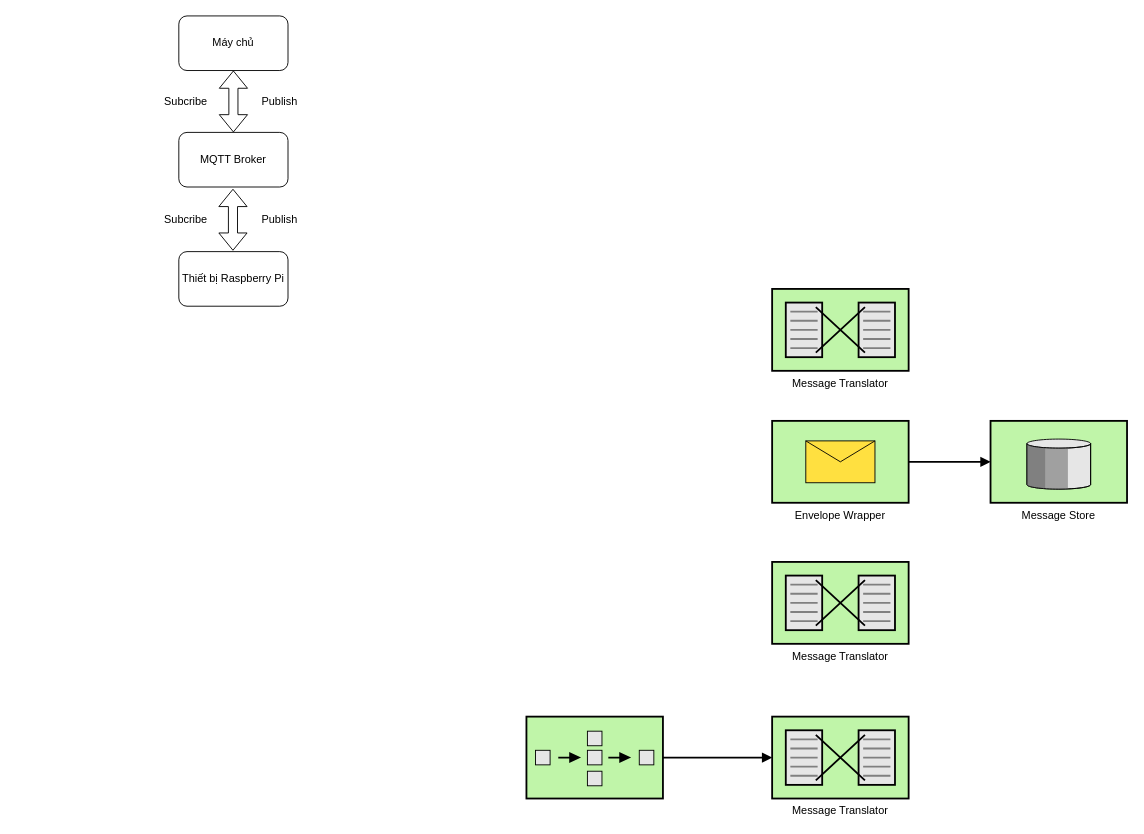
This is Biểu đồ không có tiêu đề.drawio from diemzero1/drawio, a draw.io file, before an edit. Source tidied: cells renumbered, new cells numbered last; positions are measured from the earlier drawing's top-left corner, leaving out a move shared by most shapes. Both pictures are drawn from the tidied source at 91%, with x=0, y=0 at pixel (158, 15).
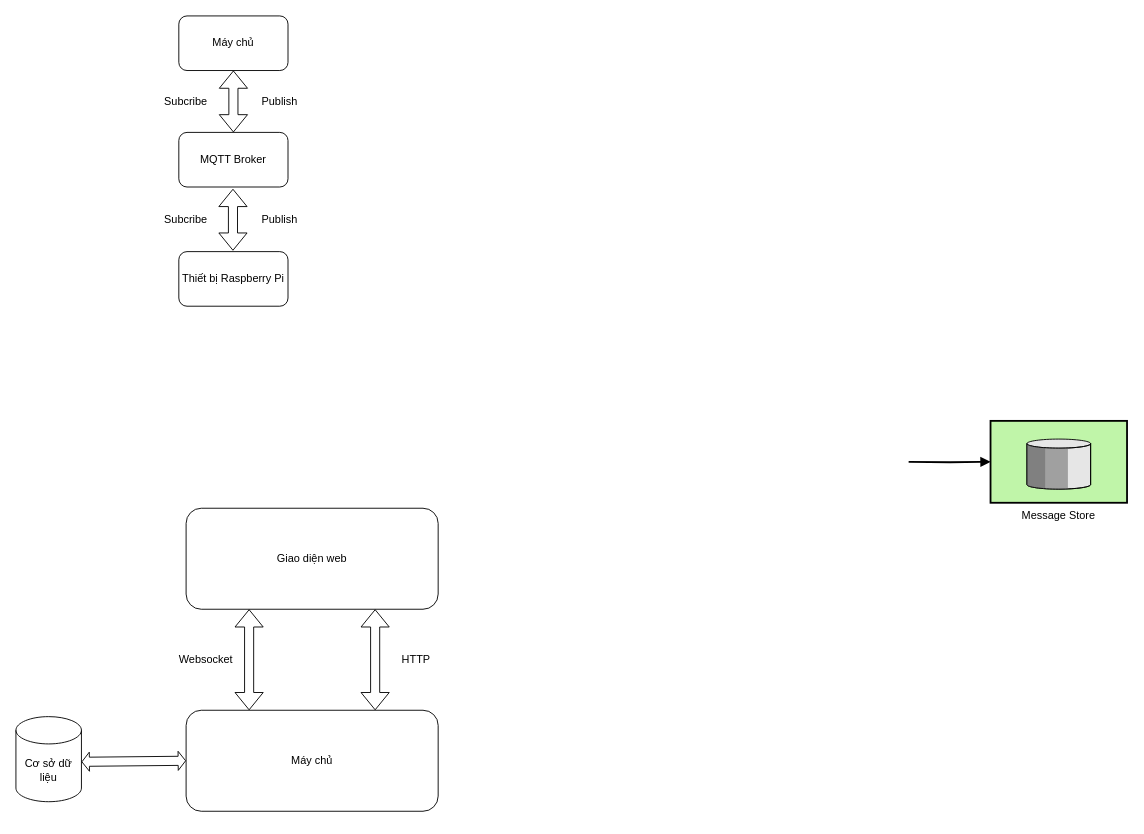
The same diagram, later.

The change refers to these unchanged cells:
```xml
<mxCell id="8" value="Message Store" style="strokeWidth=2;dashed=0;align=center;fontSize=12;verticalLabelPosition=bottom;verticalAlign=top;shape=mxgraph.eip.message_store;fillColor=#c0f5a9;" parent="1" vertex="1">
  <mxGeometry x="914" y="445" width="150" height="90" as="geometry" />
</mxCell>
```

What changed in the source:
```diff
@@
-    <mxCell id="2" value="Message Translator" style="strokeWidth=2;dashed=0;align=center;fontSize=12;shape=mxgraph.eip.message_translator;fillColor=#c0f5a9;verticalLabelPosition=bottom;verticalAlign=top;" parent="1" vertex="1">
-      <mxGeometry x="674" y="300" width="150" height="90" as="geometry" />
-    </mxCell>
-    <mxCell id="3" value="Message Translator" style="strokeWidth=2;dashed=0;align=center;fontSize=12;shape=mxgraph.eip.message_translator;fillColor=#c0f5a9;verticalLabelPosition=bottom;verticalAlign=top;" parent="1" vertex="1">
-      <mxGeometry x="674" y="600" width="150" height="90" as="geometry" />
-    </mxCell>
-    <mxCell id="4" style="edgeStyle=orthogonalEdgeStyle;rounded=0;html=1;endArrow=block;endFill=1;jettySize=auto;strokeWidth=2;startArrow=none;startFill=0;" parent="1" edge="1" source="5" target="8">
-      <mxGeometry relative="1" as="geometry" />
+    <mxCell id="4" style="edgeStyle=orthogonalEdgeStyle;rounded=0;html=1;endArrow=block;endFill=1;jettySize=auto;strokeWidth=2;startArrow=none;startFill=0;" parent="1" edge="1" target="8">
+      <mxGeometry relative="1" as="geometry">
+        <mxPoint x="824" y="490" as="sourcePoint" />
+      </mxGeometry>
     </mxCell>
-    <mxCell id="5" value="Envelope Wrapper" style="strokeWidth=2;dashed=0;align=center;fontSize=12;fillColor=#c0f5a9;verticalLabelPosition=bottom;verticalAlign=top;shape=mxgraph.eip.envelope_wrapper;" parent="1" vertex="1">
-      <mxGeometry x="674" y="445" width="150" height="90" as="geometry" />
-    </mxCell>
-    <mxCell id="6" style="edgeStyle=orthogonalEdgeStyle;rounded=0;html=1;endArrow=block;endFill=1;jettySize=auto;strokeWidth=2;startArrow=none;startFill=0;" parent="1" edge="1" source="7" target="9">
-      <mxGeometry relative="1" as="geometry" />
-    </mxCell>
-    <mxCell id="7" style="strokeWidth=2;dashed=0;align=center;fontSize=12;fillColor=#c0f5a9;verticalLabelPosition=bottom;verticalAlign=top;shape=mxgraph.eip.composed_message_processor;" parent="1" vertex="1">
-      <mxGeometry x="404" y="770" width="150" height="90" as="geometry" />
-    </mxCell>
@@
-    <mxCell id="9" value="Message Translator" style="strokeWidth=2;dashed=0;align=center;fontSize=12;shape=mxgraph.eip.message_translator;fillColor=#c0f5a9;verticalLabelPosition=bottom;verticalAlign=top;" parent="1" vertex="1">
-      <mxGeometry x="674" y="770" width="150" height="90" as="geometry" />
-    </mxCell>
@@
+    <mxCell id="19" value="Giao diện web" style="rounded=1;whiteSpace=wrap;html=1;" parent="1" vertex="1">
+      <mxGeometry x="30" y="541" width="277" height="111" as="geometry" />
+    </mxCell>
+    <mxCell id="20" value="Máy chủ" style="rounded=1;whiteSpace=wrap;html=1;" parent="1" vertex="1">
+      <mxGeometry x="30" y="763" width="277" height="111" as="geometry" />
+    </mxCell>
+    <mxCell id="21" style="shape=flexArrow;endArrow=classic;startArrow=classic;html=1;rounded=0;entryX=0.25;entryY=1;entryDx=0;entryDy=0;exitX=0.25;exitY=0;exitDx=0;exitDy=0;" parent="1" edge="1" source="20" target="19">
+      <mxGeometry relative="1" as="geometry" />
+    </mxCell>
+    <mxCell id="22" style="shape=flexArrow;endArrow=classic;startArrow=classic;html=1;rounded=0;exitX=0.75;exitY=0;exitDx=0;exitDy=0;entryX=0.75;entryY=1;entryDx=0;entryDy=0;" parent="1" edge="1" source="20" target="19">
+      <mxGeometry relative="1" as="geometry" />
+    </mxCell>
+    <mxCell id="23" value="HTTP" style="text;html=1;align=center;verticalAlign=middle;whiteSpace=wrap;rounded=0;" parent="1" vertex="1">
+      <mxGeometry x="253" y="693" width="60" height="30" as="geometry" />
+    </mxCell>
+    <mxCell id="24" value="Websocket" style="text;html=1;align=center;verticalAlign=middle;whiteSpace=wrap;rounded=0;" parent="1" vertex="1">
+      <mxGeometry x="22" y="693" width="60" height="30" as="geometry" />
+    </mxCell>
+    <mxCell id="25" value="&lt;div style=&quot;&quot;&gt;&lt;span style=&quot;background-color: initial;&quot;&gt;Cơ sở dữ liệu&lt;/span&gt;&lt;/div&gt;" style="shape=cylinder3;whiteSpace=wrap;html=1;boundedLbl=1;backgroundOutline=1;size=15;align=center;" parent="1" vertex="1">
+      <mxGeometry x="-157" y="770" width="72" height="93.5" as="geometry" />
+    </mxCell>
+    <mxCell id="26" style="shape=flexArrow;endArrow=classic;startArrow=classic;html=1;rounded=0;entryX=0;entryY=0.5;entryDx=0;entryDy=0;exitX=1;exitY=0.531;exitDx=0;exitDy=0;exitPerimeter=0;startWidth=10;startSize=2.41;endWidth=10;endSize=2.41;" parent="1" edge="1" source="25" target="20">
+      <mxGeometry relative="1" as="geometry" />
+    </mxCell>
```
